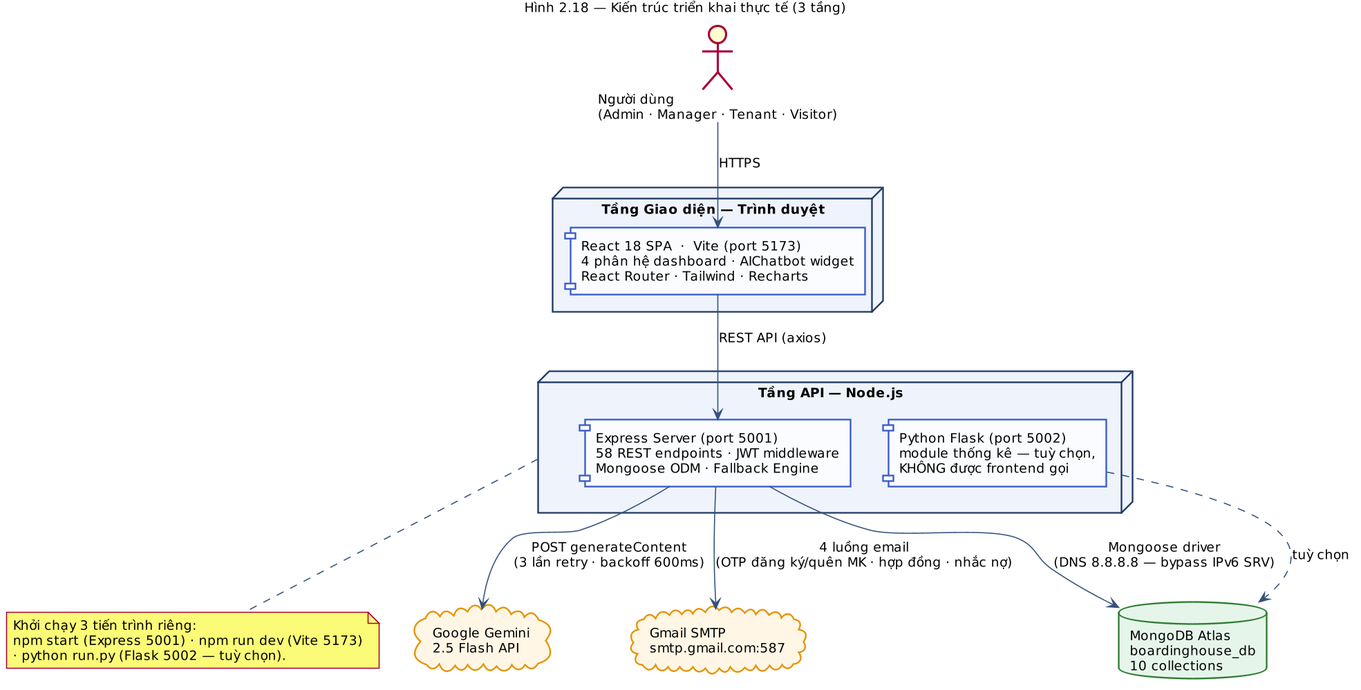
Earlier version of the PlantUML export docs/diagrams/png/2.18_architecture.png (DiepTuHuy/Hostel_Management).
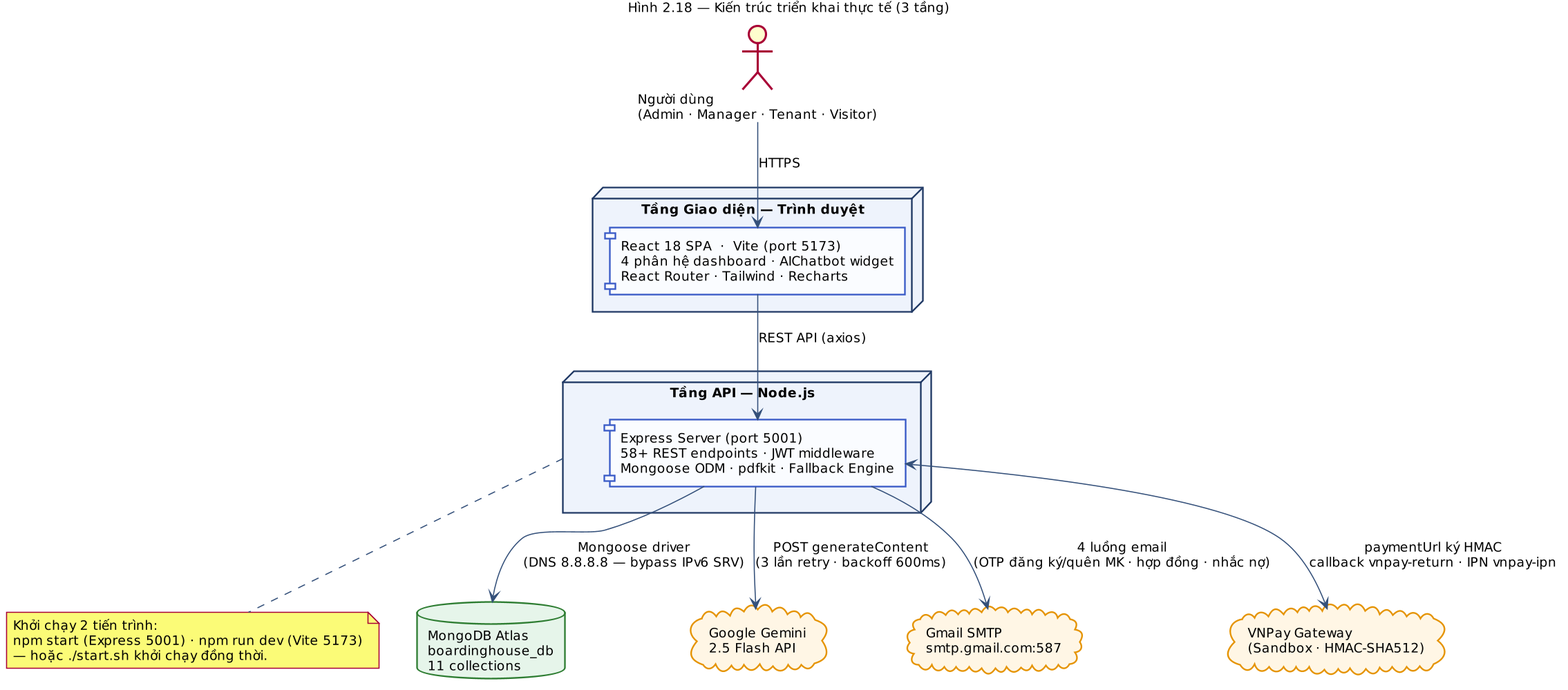
After the change.

The edit, as a diff of the source:
```diff
@@ -31,26 +31,26 @@
 }
 
 node "Tầng API — Node.js" as N2 {
-  component "Express Server (port 5001)\n58 REST endpoints · JWT middleware\nMongoose ODM · Fallback Engine" as BE
-  component "Python Flask (port 5002)\nmodule thống kê — tuỳ chọn,\nKHÔNG được frontend gọi" as FL
+  component "Express Server (port 5001)\n58+ REST endpoints · JWT middleware\nMongoose ODM · pdfkit · Fallback Engine" as BE
 }
 
-database "MongoDB Atlas\nboardinghouse_db\n10 collections" as DB
+database "MongoDB Atlas\nboardinghouse_db\n11 collections" as DB
 
 cloud "Google Gemini\n2.5 Flash API" as GEM
 cloud "Gmail SMTP\nsmtp.gmail.com:587" as SMTP
+cloud "VNPay Gateway\n(Sandbox · HMAC-SHA512)" as VNP
 
 User --> FE : HTTPS
 FE --> BE : REST API (axios)
 BE --> DB : Mongoose driver\n(DNS 8.8.8.8 — bypass IPv6 SRV)
 BE --> GEM : POST generateContent\n(3 lần retry · backoff 600ms)
 BE --> SMTP : 4 luồng email\n(OTP đăng ký/quên MK · hợp đồng · nhắc nợ)
-FL ..> DB : (tuỳ chọn)
+BE <--> VNP : paymentUrl ký HMAC\ncallback vnpay-return · IPN vnpay-ipn
 
 note bottom of N2
-  Khởi chạy 3 tiến trình riêng:
+  Khởi chạy 2 tiến trình:
   npm start (Express 5001) · npm run dev (Vite 5173)
-  · python run.py (Flask 5002 — tuỳ chọn).
+  — hoặc ./start.sh khởi chạy đồng thời.
 end note
 
 @enduml
```
